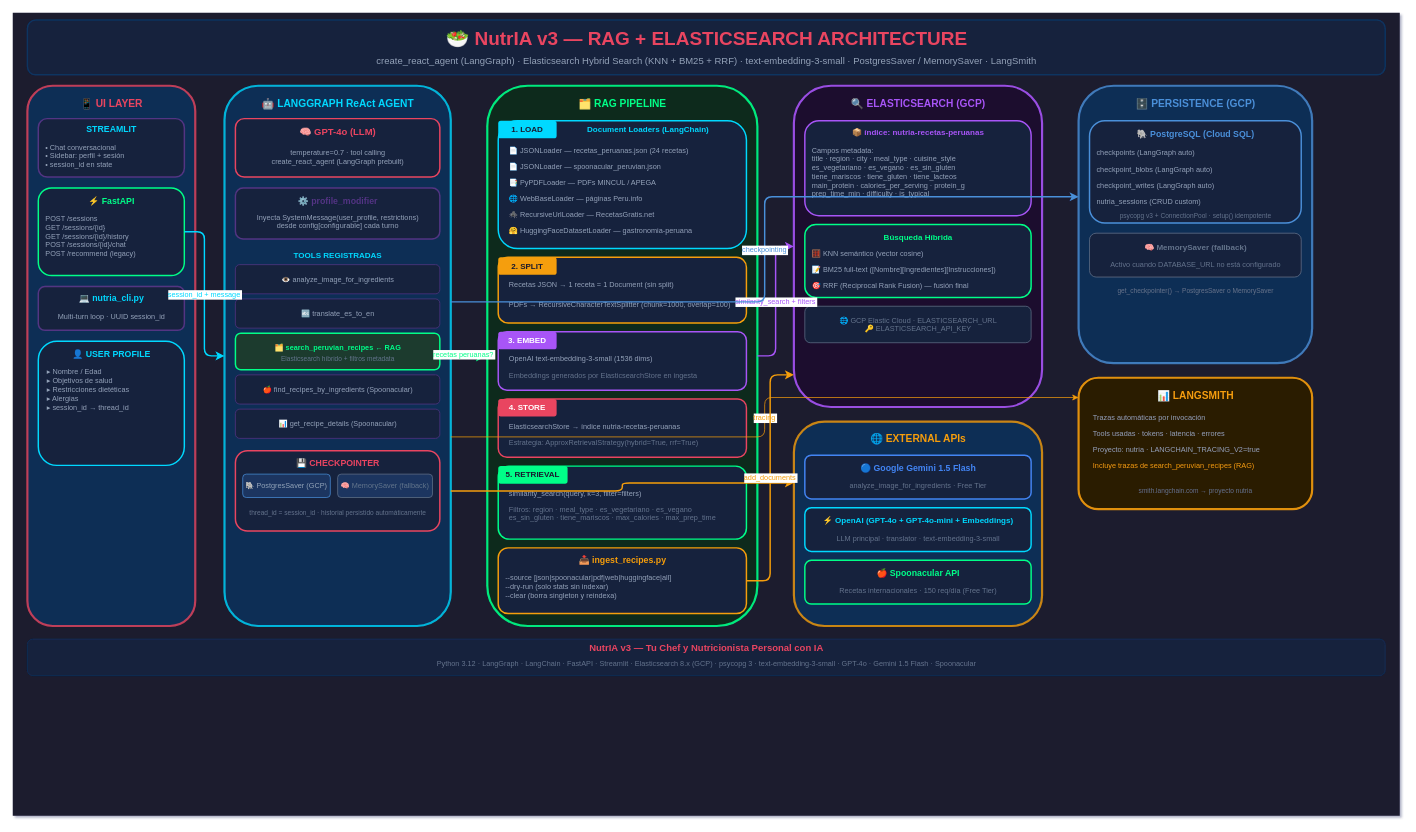
PabloJGD/proy_nutria keeps this draw.io diagram as page "NutrIA v3 - RAG + Elasticsearch" (3 of 4) of docs/agent_architecture.drawio. Above is the earlier version. Source tidied: cells renumbered, new cells numbered last; positions are measured from the earlier drawing's top-left corner, leaving out a move shared by most shapes. Both pictures are drawn from the tidied source at 73%, with x=0, y=0 at pixel (12, 12).
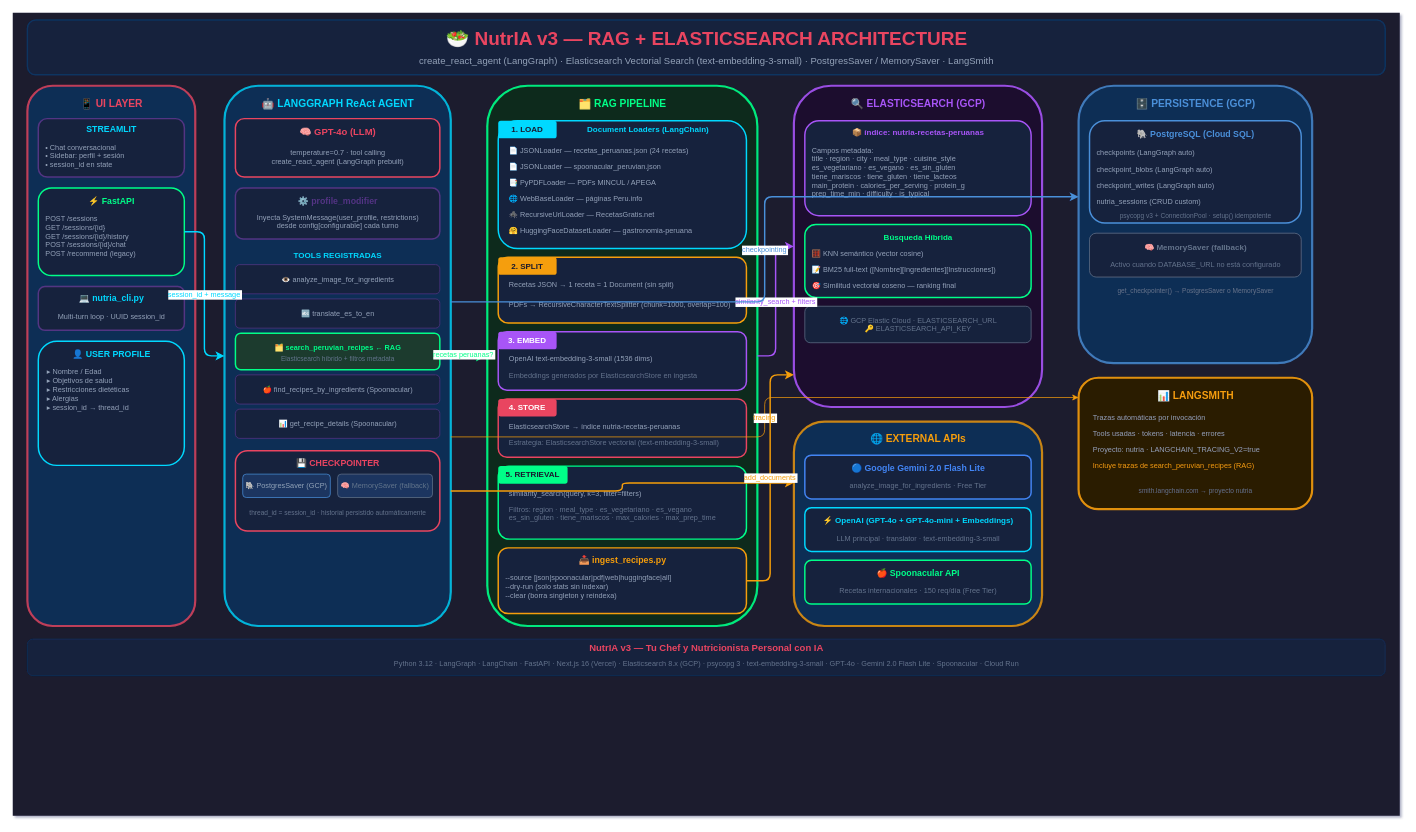
Above is the later version.

What changed in the source:
```diff
@@
-    <mxCell id="5" value="create_react_agent (LangGraph)  ·  Elasticsearch Hybrid Search (KNN + BM25 + RRF)  ·  text-embedding-3-small  ·  PostgresSaver / MemorySaver  ·  LangSmith" style="text;html=1;strokeColor=none;fillColor=none;align=center;verticalAlign=middle;fontSize=13;fontColor=#94a3b8;" parent="1" vertex="1">
+    <mxCell id="5" value="create_react_agent (LangGraph)  ·  Elasticsearch Vectorial Search (text-embedding-3-small)  ·  PostgresSaver / MemorySaver  ·  LangSmith" style="text;html=1;strokeColor=none;fillColor=none;align=center;verticalAlign=middle;fontSize=13;fontColor=#94a3b8;" parent="1" vertex="1">
       <mxGeometry x="200" y="54" width="1500" height="22" as="geometry" />
     </mxCell>
@@
-    <mxCell id="67" value="Estrategia: ApproxRetrievalStrategy(hybrid=True, rrf=True)" style="text;html=1;strokeColor=none;fillColor=none;align=left;verticalAlign=middle;fontSize=10;fontColor=#64748b;spacingLeft=8;" parent="1" vertex="1">
+    <mxCell id="67" value="Estrategia: ElasticsearchStore vectorial (text-embedding-3-small)" style="text;html=1;strokeColor=none;fillColor=none;align=left;verticalAlign=middle;fontSize=10;fontColor=#64748b;spacingLeft=8;" parent="1" vertex="1">
       <mxGeometry x="670" y="576" width="330" height="26" as="geometry" />
     </mxCell>
@@
-    <mxCell id="84" value="🎯 RRF (Reciprocal Rank Fusion) — fusión final" style="text;html=1;strokeColor=none;fillColor=none;align=left;verticalAlign=middle;fontSize=10;fontColor=#94a3b8;spacingLeft=8;" parent="1" vertex="1">
+    <mxCell id="84" value="🎯 Similitud vectorial coseno — ranking final" style="text;html=1;strokeColor=none;fillColor=none;align=left;verticalAlign=middle;fontSize=10;fontColor=#94a3b8;spacingLeft=8;" parent="1" vertex="1">
       <mxGeometry x="1085" y="364" width="310" height="20" as="geometry" />
     </mxCell>
@@
-    <mxCell id="90" value="🔵 Google Gemini 1.5 Flash" style="text;html=1;strokeColor=none;fillColor=none;align=center;verticalAlign=middle;fontSize=12;fontStyle=1;fontColor=#4285f4;" parent="1" vertex="1">
+    <mxCell id="90" value="🔵 Google Gemini 2.0 Flash Lite" style="text;html=1;strokeColor=none;fillColor=none;align=center;verticalAlign=middle;fontSize=12;fontStyle=1;fontColor=#4285f4;" parent="1" vertex="1">
       <mxGeometry x="1085" y="614" width="310" height="20" as="geometry" />
     </mxCell>
@@
-    <mxCell id="127" value="Python 3.12  ·  LangGraph  ·  LangChain  ·  FastAPI  ·  Streamlit  ·  Elasticsearch 8.x (GCP)  ·  psycopg 3  ·  text-embedding-3-small  ·  GPT-4o  ·  Gemini 1.5 Flash  ·  Spoonacular" style="text;html=1;strokeColor=none;fillColor=none;align=center;verticalAlign=middle;fontSize=10;fontColor=#64748b;" parent="1" vertex="1">
+    <mxCell id="127" value="Python 3.12  ·  LangGraph  ·  LangChain  ·  FastAPI  ·  Next.js 16 (Vercel)  ·  Elasticsearch 8.x (GCP)  ·  psycopg 3  ·  text-embedding-3-small  ·  GPT-4o  ·  Gemini 2.0 Flash Lite  ·  Spoonacular  ·  Cloud Run" style="text;html=1;strokeColor=none;fillColor=none;align=center;verticalAlign=middle;fontSize=10;fontColor=#64748b;" parent="1" vertex="1">
       <mxGeometry x="100" y="882" width="1700" height="18" as="geometry" />
     </mxCell>
```
